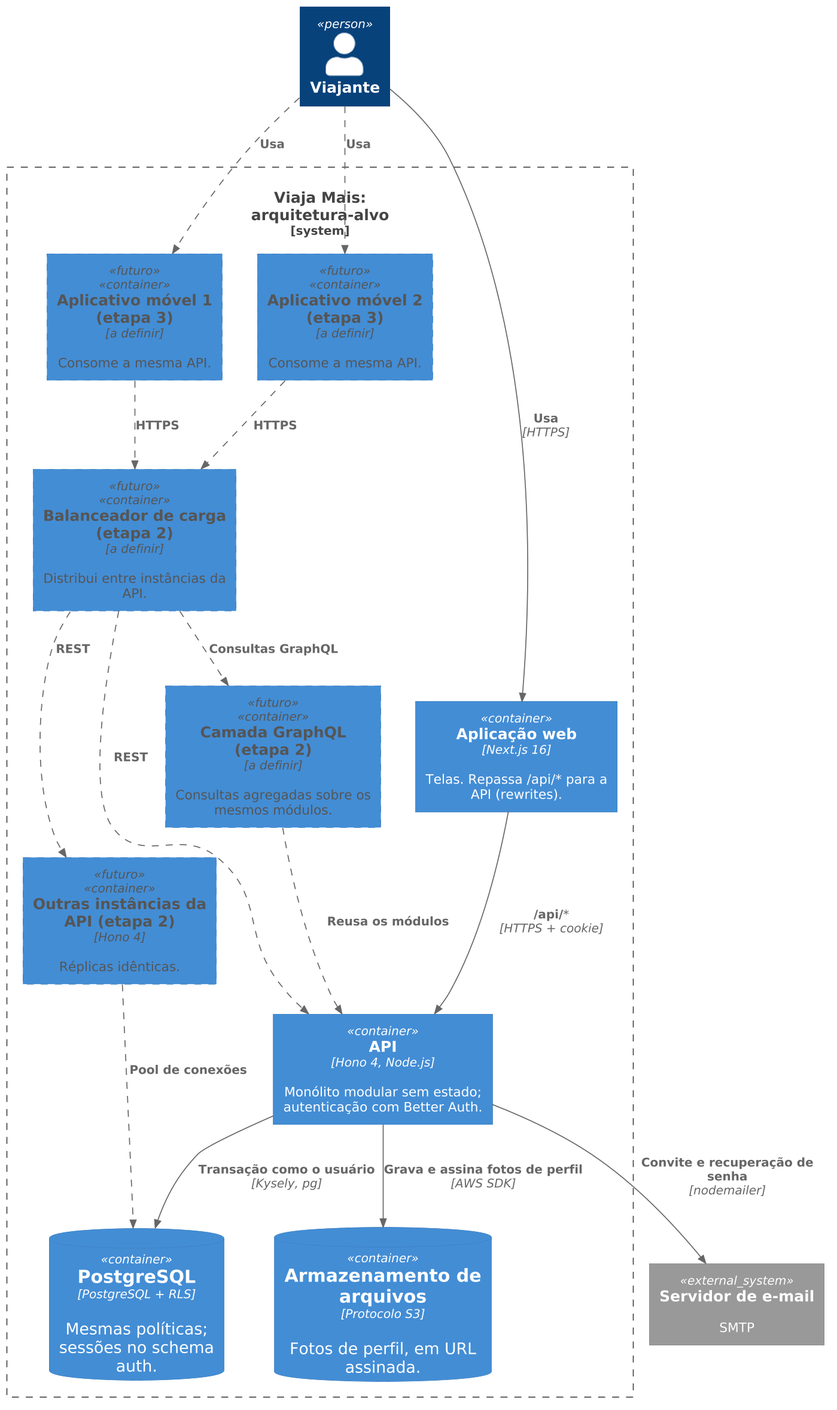
Earlier version of the PlantUML export docs/pfc/diagramas/20-5-c4-alvo.png (Fernando-Oli/viaja-mais). Its diagram source:
```plantuml
@startuml 20-5-c4-alvo
skinparamlocked dpi 160
!include _tema.puml
!include <C4/C4_Container>

top to bottom direction

AddElementTag("futuro", $borderStyle = DashedLine(), $fontColor = "#555555")
AddRelTag("futuro", $lineStyle = DashedLine())

Person(viajante, "Viajante")

System_Boundary(alvo, "Viaja Mais: arquitetura-alvo") {
  Container(web, "Aplicação web", "Next.js 16", "Telas. Repassa /api/* para a API (rewrites).")
  Container(movel1, "Aplicativo móvel 1 (etapa 3)", "a definir", "Consome a mesma API.", $tags = "futuro")
  Container(movel2, "Aplicativo móvel 2 (etapa 3)", "a definir", "Consome a mesma API.", $tags = "futuro")
  Container(lb, "Balanceador de carga (etapa 2)", "a definir", "Distribui entre instâncias da API.", $tags = "futuro")
  Container(graphql, "Camada GraphQL (etapa 2)", "a definir", "Consultas agregadas sobre os mesmos módulos.", $tags = "futuro")
  Container(api, "API", "Hono 4, Node.js", "Monólito modular sem estado; autenticação com Better Auth.")
  Container(api2, "Outras instâncias da API (etapa 2)", "Hono 4", "Réplicas idênticas.", $tags = "futuro")
  ContainerDb(pg, "PostgreSQL", "PostgreSQL + RLS", "Mesmas políticas; sessões no schema auth.")
  ContainerDb(s3, "Armazenamento de arquivos", "Protocolo S3", "Fotos de perfil, em URL assinada.")
}

System_Ext(smtp, "Servidor de e-mail", "SMTP")

Rel(viajante, web, "Usa", "HTTPS")
Rel(viajante, movel1, "Usa", $tags = "futuro")
Rel(viajante, movel2, "Usa", $tags = "futuro")
Rel(web, api, "/api/*", "HTTPS + cookie")
Rel(movel1, lb, "HTTPS", $tags = "futuro")
Rel(movel2, lb, "HTTPS", $tags = "futuro")
Rel(lb, graphql, "Consultas GraphQL", $tags = "futuro")
Rel(lb, api, "REST", $tags = "futuro")
Rel(lb, api2, "REST", $tags = "futuro")
Rel(graphql, api, "Reusa os módulos", $tags = "futuro")
Rel(api, pg, "Transação como o usuário", "Kysely, pg")
Rel(api2, pg, "Pool de conexões", $tags = "futuro")
Rel(api, s3, "Grava e assina fotos de perfil", "AWS SDK")
Rel(api, smtp, "Convite e recuperação de senha", "nodemailer")

@enduml
```
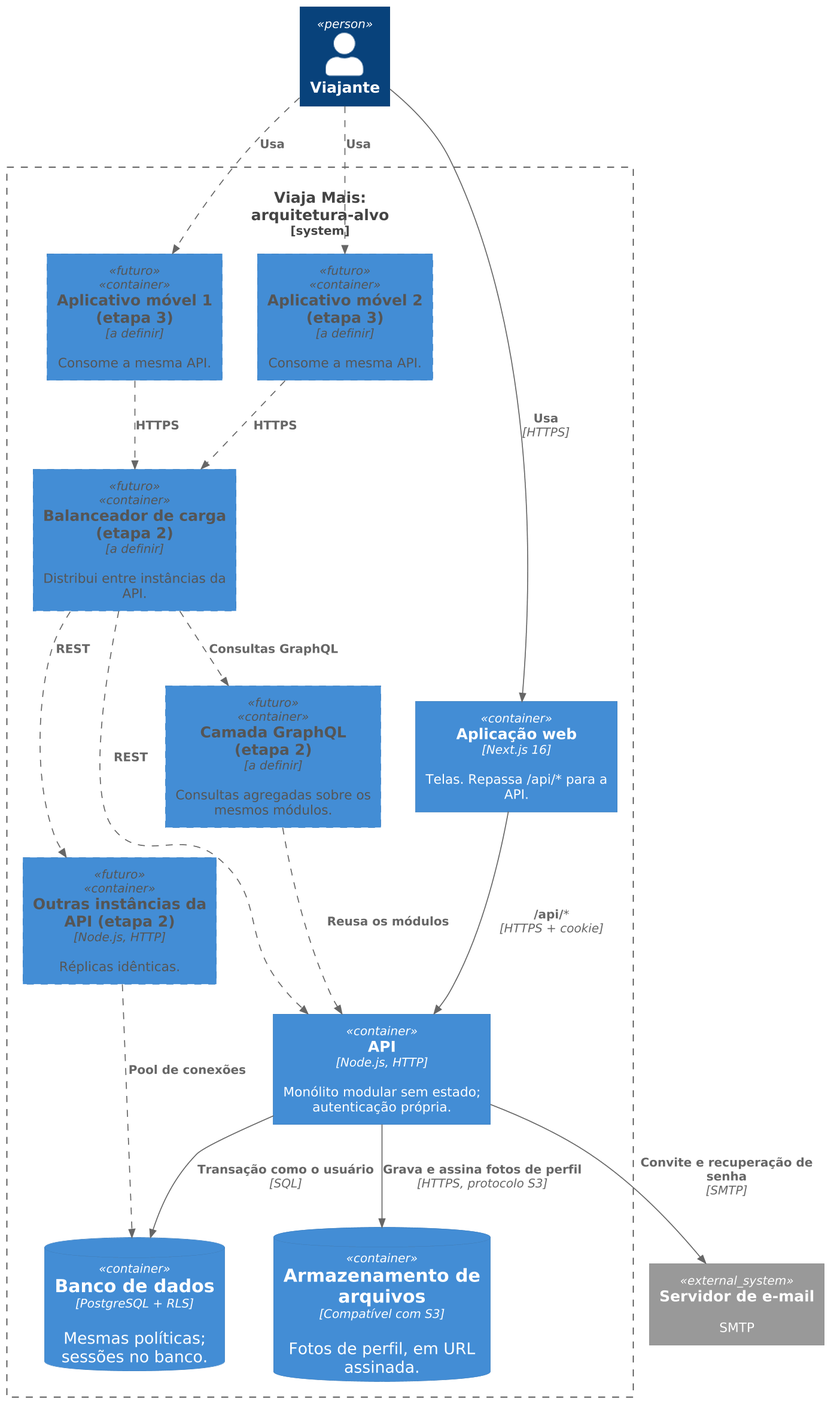
After the commit.

The edit, as a diff of the source:
```diff
@@ -2,6 +2,7 @@
 skinparamlocked dpi 160
 !include _tema.puml
 !include <C4/C4_Container>
+
 
 top to bottom direction
 
@@ -11,15 +12,15 @@
 Person(viajante, "Viajante")
 
 System_Boundary(alvo, "Viaja Mais: arquitetura-alvo") {
-  Container(web, "Aplicação web", "Next.js 16", "Telas. Repassa /api/* para a API (rewrites).")
+  Container(web, "Aplicação web", "Next.js 16", "Telas. Repassa /api/* para a API.")
   Container(movel1, "Aplicativo móvel 1 (etapa 3)", "a definir", "Consome a mesma API.", $tags = "futuro")
   Container(movel2, "Aplicativo móvel 2 (etapa 3)", "a definir", "Consome a mesma API.", $tags = "futuro")
   Container(lb, "Balanceador de carga (etapa 2)", "a definir", "Distribui entre instâncias da API.", $tags = "futuro")
   Container(graphql, "Camada GraphQL (etapa 2)", "a definir", "Consultas agregadas sobre os mesmos módulos.", $tags = "futuro")
-  Container(api, "API", "Hono 4, Node.js", "Monólito modular sem estado; autenticação com Better Auth.")
-  Container(api2, "Outras instâncias da API (etapa 2)", "Hono 4", "Réplicas idênticas.", $tags = "futuro")
-  ContainerDb(pg, "PostgreSQL", "PostgreSQL + RLS", "Mesmas políticas; sessões no schema auth.")
-  ContainerDb(s3, "Armazenamento de arquivos", "Protocolo S3", "Fotos de perfil, em URL assinada.")
+  Container(api, "API", "Node.js, HTTP", "Monólito modular sem estado; autenticação própria.")
+  Container(api2, "Outras instâncias da API (etapa 2)", "Node.js, HTTP", "Réplicas idênticas.", $tags = "futuro")
+  ContainerDb(pg, "Banco de dados", "PostgreSQL + RLS", "Mesmas políticas; sessões no banco.")
+  ContainerDb(s3, "Armazenamento de arquivos", "Compatível com S3", "Fotos de perfil, em URL assinada.")
 }
 
 System_Ext(smtp, "Servidor de e-mail", "SMTP")
@@ -34,9 +35,9 @@
 Rel(lb, api, "REST", $tags = "futuro")
 Rel(lb, api2, "REST", $tags = "futuro")
 Rel(graphql, api, "Reusa os módulos", $tags = "futuro")
-Rel(api, pg, "Transação como o usuário", "Kysely, pg")
+Rel(api, pg, "Transação como o usuário", "SQL")
 Rel(api2, pg, "Pool de conexões", $tags = "futuro")
-Rel(api, s3, "Grava e assina fotos de perfil", "AWS SDK")
-Rel(api, smtp, "Convite e recuperação de senha", "nodemailer")
+Rel(api, s3, "Grava e assina fotos de perfil", "HTTPS, protocolo S3")
+Rel(api, smtp, "Convite e recuperação de senha", "SMTP")
 
 @enduml
```
